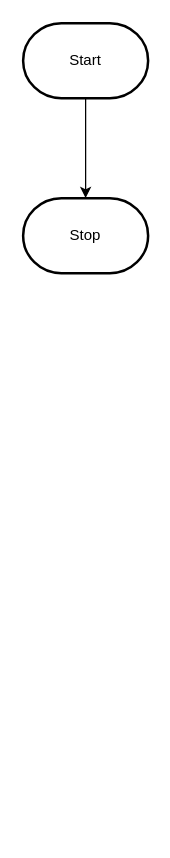
The draw.io diagram design/flowchart.drawio in MTHS-ICD2O-1-2023/ICD2O-Unit-6-03-Adam-Batiuk, before the edit. Source tidied: cells renumbered, new cells numbered last; positions are measured from the earlier drawing's top-left corner, leaving out a move shared by most shapes. Both pictures are drawn from the tidied source at 125%, with x=0, y=0 at pixel (22, 22).
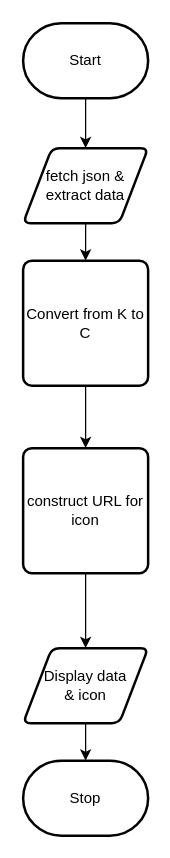
Above is the later version.

The edit, as a diff of the source:
```diff
@@
 <mxGraphModel>
   <root>
     <mxCell id="0" />
     <mxCell id="1" parent="0" />
-    <mxCell id="2" style="edgeStyle=orthogonalEdgeStyle;html=1;rounded=0;" parent="1" edge="1" source="3" target="4">
-      <mxGeometry relative="1" as="geometry" />
-    </mxCell>
+    <mxCell id="5" style="edgeStyle=none;html=1;" parent="1" edge="1" source="3" target="2">
+      <mxGeometry relative="1" as="geometry" />
+    </mxCell>
     <mxCell id="3" value="Start" style="strokeWidth=2;html=1;shape=mxgraph.flowchart.terminator;whiteSpace=wrap;" parent="1" vertex="1">
       <mxGeometry width="100" height="60" as="geometry" />
     </mxCell>
     <mxCell id="4" value="Stop" style="strokeWidth=2;html=1;shape=mxgraph.flowchart.terminator;whiteSpace=wrap;" parent="1" vertex="1">
-      <mxGeometry y="140" width="100" height="60" as="geometry" />
+      <mxGeometry y="590" width="100" height="60" as="geometry" />
     </mxCell>
+    <mxCell id="6" style="edgeStyle=none;html=1;" parent="1" edge="1" source="2" target="8">
+      <mxGeometry relative="1" as="geometry" />
+    </mxCell>
+    <mxCell id="2" value="fetch json &amp;amp;&lt;br&gt;extract data" style="shape=parallelogram;html=1;strokeWidth=2;perimeter=parallelogramPerimeter;whiteSpace=wrap;rounded=1;arcSize=12;size=0.23;" parent="1" vertex="1">
+      <mxGeometry y="100" width="100" height="60" as="geometry" />
+    </mxCell>
+    <mxCell id="7" style="edgeStyle=none;html=1;" parent="1" edge="1" source="8" target="12">
+      <mxGeometry relative="1" as="geometry" />
+    </mxCell>
+    <mxCell id="8" value="Convert from K to C" style="rounded=1;whiteSpace=wrap;html=1;absoluteArcSize=1;arcSize=14;strokeWidth=2;" parent="1" vertex="1">
+      <mxGeometry y="190" width="100" height="100" as="geometry" />
+    </mxCell>
+    <mxCell id="9" style="edgeStyle=none;html=1;" parent="1" edge="1" source="10" target="4">
+      <mxGeometry relative="1" as="geometry" />
+    </mxCell>
+    <mxCell id="10" value="Display data&lt;br&gt;&amp;amp; icon" style="shape=parallelogram;html=1;strokeWidth=2;perimeter=parallelogramPerimeter;whiteSpace=wrap;rounded=1;arcSize=12;size=0.23;" parent="1" vertex="1">
+      <mxGeometry y="500" width="100" height="60" as="geometry" />
+    </mxCell>
+    <mxCell id="11" style="edgeStyle=none;html=1;entryX=0.5;entryY=0;entryDx=0;entryDy=0;" parent="1" edge="1" source="12" target="10">
+      <mxGeometry relative="1" as="geometry" />
+    </mxCell>
+    <mxCell id="12" value="construct URL for icon" style="rounded=1;whiteSpace=wrap;html=1;absoluteArcSize=1;arcSize=14;strokeWidth=2;" parent="1" vertex="1">
+      <mxGeometry y="340" width="100" height="100" as="geometry" />
+    </mxCell>
   </root>
 </mxGraphModel>
```
